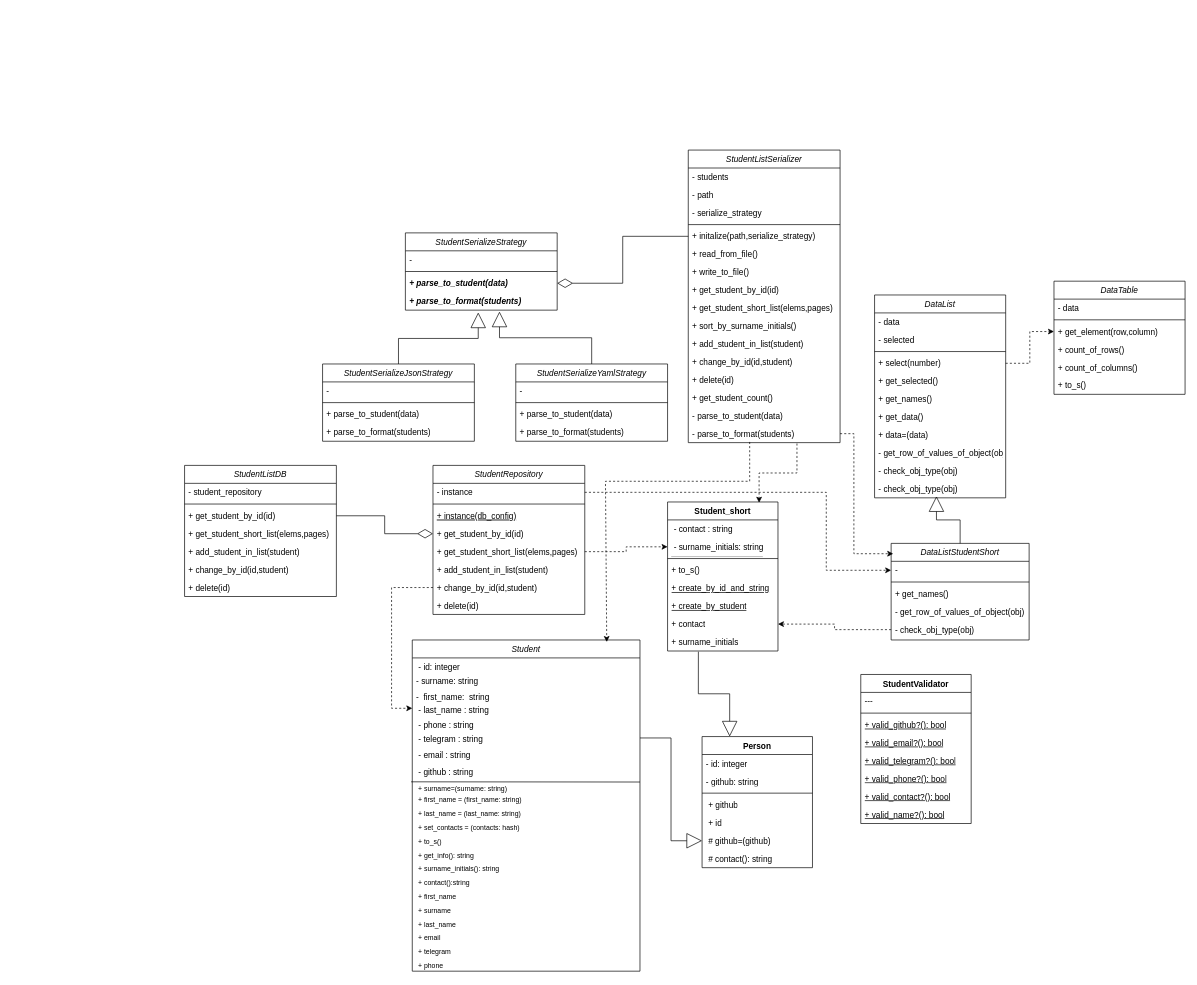
Heisenbq/Software-design-patterns keeps this draw.io diagram as drawio/all_classes_lab4.drawio. Above is the earlier version. Source tidied: cells renumbered, new cells numbered last; positions are measured from the earlier drawing's top-left corner, leaving out a move shared by most shapes. Both pictures are drawn from the tidied source at 69%, with x=0, y=0 at pixel (184, 150).
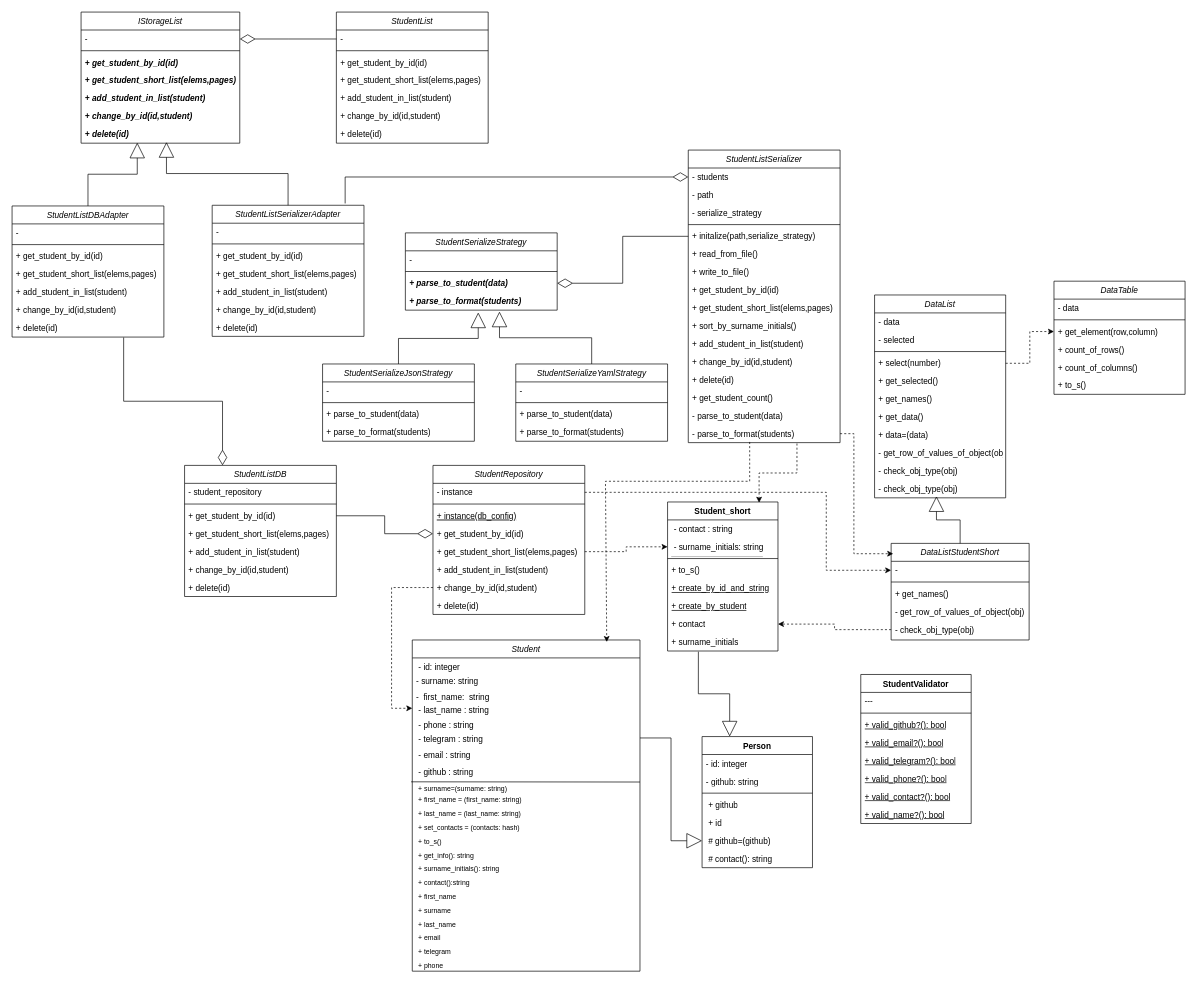
The same diagram, later.

Commit message (it also covers changes not shown here):
4.4 update diaggram classes

Unchanged cells that the change refers to:
```xml
<mxCell id="21" value="- students" style="text;align=left;verticalAlign=top;spacingLeft=4;spacingRight=4;overflow=hidden;points=[[0,0.5],[1,0.5]];portConstraint=eastwest;" parent="20" vertex="1">
  <mxGeometry y="26" width="220" height="26" as="geometry" />
</mxCell>
<mxCell id="52" value="StudentListDB" style="swimlane;fontStyle=2;align=center;verticalAlign=top;horizontal=1;startSize=26;rounded=0;shadow=0;strokeWidth=1;" parent="1" vertex="1">
  <mxGeometry y="457" width="220" height="190" as="geometry" />
</mxCell>
```

Change to the diagram source:
```diff
@@
+    <mxCell id="141" value="IStorageList" style="swimlane;fontStyle=2;align=center;verticalAlign=top;horizontal=1;startSize=26;rounded=0;shadow=0;strokeWidth=1;" parent="1" vertex="1">
+      <mxGeometry x="-150" y="-200" width="230" height="190" as="geometry" />
+    </mxCell>
+    <mxCell id="142" value="-" style="text;align=left;verticalAlign=top;spacingLeft=4;spacingRight=4;overflow=hidden;points=[[0,0.5],[1,0.5]];portConstraint=eastwest;fontStyle=0;" parent="141" vertex="1">
+      <mxGeometry y="26" width="230" height="26" as="geometry" />
+    </mxCell>
+    <mxCell id="143" style="line;html=1;strokeWidth=1;align=left;verticalAlign=middle;spacingTop=-1;spacingLeft=3;spacingRight=3;labelPosition=right;" parent="141" vertex="1">
+      <mxGeometry y="52" width="230" height="8" as="geometry" />
+    </mxCell>
+    <mxCell id="144" value="+ get_student_by_id(id)" style="text;align=left;verticalAlign=top;spacingLeft=4;spacingRight=4;overflow=hidden;fontStyle=3;" parent="141" vertex="1">
+      <mxGeometry y="60" width="230" height="26" as="geometry" />
+    </mxCell>
+    <mxCell id="145" value="+ get_student_short_list(elems,pages)" style="text;align=left;verticalAlign=top;spacingLeft=4;spacingRight=4;overflow=hidden;fontStyle=3;" parent="141" vertex="1">
+      <mxGeometry y="86" width="230" height="26" as="geometry" />
+    </mxCell>
+    <mxCell id="146" value="+ add_student_in_list(student)" style="text;align=left;verticalAlign=top;spacingLeft=4;spacingRight=4;overflow=hidden;fontStyle=3;" parent="141" vertex="1">
+      <mxGeometry y="112" width="230" height="26" as="geometry" />
+    </mxCell>
+    <mxCell id="147" value="+ change_by_id(id,student)" style="text;align=left;verticalAlign=top;spacingLeft=4;spacingRight=4;overflow=hidden;fontStyle=3;" parent="141" vertex="1">
+      <mxGeometry y="138" width="230" height="26" as="geometry" />
+    </mxCell>
+    <mxCell id="148" value="+ delete(id)" style="text;align=left;verticalAlign=top;spacingLeft=4;spacingRight=4;overflow=hidden;points=[[0,0.5],[1,0.5]];portConstraint=eastwest;fontStyle=3;" parent="141" vertex="1">
+      <mxGeometry y="164" width="230" height="26" as="geometry" />
+    </mxCell>
+    <mxCell id="149" value="StudentListDBAdapter" style="swimlane;fontStyle=2;align=center;verticalAlign=top;horizontal=1;startSize=26;rounded=0;shadow=0;strokeWidth=1;" parent="1" vertex="1">
+      <mxGeometry x="-250" y="81" width="220" height="190" as="geometry" />
+    </mxCell>
+    <mxCell id="150" value="-" style="text;align=left;verticalAlign=top;spacingLeft=4;spacingRight=4;overflow=hidden;fontStyle=0;" parent="149" vertex="1">
+      <mxGeometry y="26" width="220" height="26" as="geometry" />
+    </mxCell>
+    <mxCell id="151" style="line;html=1;strokeWidth=1;align=left;verticalAlign=middle;spacingTop=-1;spacingLeft=3;spacingRight=3;labelPosition=right;" parent="149" vertex="1">
+      <mxGeometry y="52" width="220" height="8" as="geometry" />
+    </mxCell>
+    <mxCell id="152" value="+ get_student_by_id(id)" style="text;align=left;verticalAlign=top;spacingLeft=4;spacingRight=4;overflow=hidden;" parent="149" vertex="1">
+      <mxGeometry y="60" width="220" height="26" as="geometry" />
+    </mxCell>
+    <mxCell id="153" value="+ get_student_short_list(elems,pages)" style="text;align=left;verticalAlign=top;spacingLeft=4;spacingRight=4;overflow=hidden;" parent="149" vertex="1">
+      <mxGeometry y="86" width="220" height="26" as="geometry" />
+    </mxCell>
+    <mxCell id="154" value="+ add_student_in_list(student)" style="text;align=left;verticalAlign=top;spacingLeft=4;spacingRight=4;overflow=hidden;" parent="149" vertex="1">
+      <mxGeometry y="112" width="220" height="26" as="geometry" />
+    </mxCell>
+    <mxCell id="155" value="+ change_by_id(id,student)" style="text;align=left;verticalAlign=top;spacingLeft=4;spacingRight=4;overflow=hidden;" parent="149" vertex="1">
+      <mxGeometry y="138" width="220" height="26" as="geometry" />
+    </mxCell>
+    <mxCell id="156" value="+ delete(id)" style="text;align=left;verticalAlign=top;spacingLeft=4;spacingRight=4;overflow=hidden;points=[[0,0.5],[1,0.5]];portConstraint=eastwest;" parent="149" vertex="1">
+      <mxGeometry y="164" width="220" height="26" as="geometry" />
+    </mxCell>
+    <mxCell id="157" value="StudentListSerializerAdapter" style="swimlane;fontStyle=2;align=center;verticalAlign=top;horizontal=1;startSize=26;rounded=0;shadow=0;strokeWidth=1;" parent="1" vertex="1">
+      <mxGeometry x="40" y="80" width="220" height="190" as="geometry" />
+    </mxCell>
+    <mxCell id="158" value="-" style="text;align=left;verticalAlign=top;spacingLeft=4;spacingRight=4;overflow=hidden;fontStyle=0;" parent="157" vertex="1">
+      <mxGeometry y="26" width="220" height="26" as="geometry" />
+    </mxCell>
+    <mxCell id="159" style="line;html=1;strokeWidth=1;align=left;verticalAlign=middle;spacingTop=-1;spacingLeft=3;spacingRight=3;labelPosition=right;" parent="157" vertex="1">
+      <mxGeometry y="52" width="220" height="8" as="geometry" />
+    </mxCell>
+    <mxCell id="160" value="+ get_student_by_id(id)" style="text;align=left;verticalAlign=top;spacingLeft=4;spacingRight=4;overflow=hidden;" parent="157" vertex="1">
+      <mxGeometry y="60" width="220" height="26" as="geometry" />
+    </mxCell>
+    <mxCell id="161" value="+ get_student_short_list(elems,pages)" style="text;align=left;verticalAlign=top;spacingLeft=4;spacingRight=4;overflow=hidden;" parent="157" vertex="1">
+      <mxGeometry y="86" width="220" height="26" as="geometry" />
+    </mxCell>
+    <mxCell id="162" value="+ add_student_in_list(student)" style="text;align=left;verticalAlign=top;spacingLeft=4;spacingRight=4;overflow=hidden;" parent="157" vertex="1">
+      <mxGeometry y="112" width="220" height="26" as="geometry" />
+    </mxCell>
+    <mxCell id="163" value="+ change_by_id(id,student)" style="text;align=left;verticalAlign=top;spacingLeft=4;spacingRight=4;overflow=hidden;" parent="157" vertex="1">
+      <mxGeometry y="138" width="220" height="26" as="geometry" />
+    </mxCell>
+    <mxCell id="164" value="+ delete(id)" style="text;align=left;verticalAlign=top;spacingLeft=4;spacingRight=4;overflow=hidden;" parent="157" vertex="1">
+      <mxGeometry y="164" width="220" height="26" as="geometry" />
+    </mxCell>
+    <mxCell id="165" style="endArrow=none;html=1;rounded=0;startArrow=block;startFill=0;entryX=0.5;entryY=0;entryDx=0;entryDy=0;edgeStyle=elbowEdgeStyle;elbow=vertical;exitX=0.354;exitY=0.972;exitDx=0;exitDy=0;exitPerimeter=0;endSize=7;startSize=20;" parent="1" edge="1" source="148" target="149">
+      <mxGeometry relative="1" as="geometry" />
+    </mxCell>
+    <mxCell id="166" style="endArrow=none;html=1;rounded=0;startArrow=block;startFill=0;entryX=0.5;entryY=0;entryDx=0;entryDy=0;edgeStyle=elbowEdgeStyle;elbow=vertical;exitX=0.538;exitY=0.939;exitDx=0;exitDy=0;exitPerimeter=0;endSize=7;startSize=20;" parent="1" edge="1" source="148" target="157">
+      <mxGeometry relative="1" as="geometry" />
+    </mxCell>
+    <mxCell id="167" value="StudentList" style="swimlane;fontStyle=2;align=center;verticalAlign=top;horizontal=1;startSize=26;rounded=0;shadow=0;strokeWidth=1;" parent="1" vertex="1">
+      <mxGeometry x="220" y="-200" width="220" height="190" as="geometry" />
+    </mxCell>
+    <mxCell id="168" value="-" style="text;align=left;verticalAlign=top;spacingLeft=4;spacingRight=4;overflow=hidden;points=[[0,0.5],[1,0.5]];portConstraint=eastwest;fontStyle=0;" parent="167" vertex="1">
+      <mxGeometry y="26" width="220" height="26" as="geometry" />
+    </mxCell>
+    <mxCell id="169" style="line;html=1;strokeWidth=1;align=left;verticalAlign=middle;spacingTop=-1;spacingLeft=3;spacingRight=3;labelPosition=right;" parent="167" vertex="1">
+      <mxGeometry y="52" width="220" height="8" as="geometry" />
+    </mxCell>
+    <mxCell id="170" value="+ get_student_by_id(id)" style="text;align=left;verticalAlign=top;spacingLeft=4;spacingRight=4;overflow=hidden;" parent="167" vertex="1">
+      <mxGeometry y="60" width="220" height="26" as="geometry" />
+    </mxCell>
+    <mxCell id="171" value="+ get_student_short_list(elems,pages)" style="text;align=left;verticalAlign=top;spacingLeft=4;spacingRight=4;overflow=hidden;" parent="167" vertex="1">
+      <mxGeometry y="86" width="220" height="26" as="geometry" />
+    </mxCell>
+    <mxCell id="172" value="+ add_student_in_list(student)" style="text;align=left;verticalAlign=top;spacingLeft=4;spacingRight=4;overflow=hidden;" parent="167" vertex="1">
+      <mxGeometry y="112" width="220" height="26" as="geometry" />
+    </mxCell>
+    <mxCell id="173" value="+ change_by_id(id,student)" style="text;align=left;verticalAlign=top;spacingLeft=4;spacingRight=4;overflow=hidden;" parent="167" vertex="1">
+      <mxGeometry y="138" width="220" height="26" as="geometry" />
+    </mxCell>
+    <mxCell id="174" value="+ delete(id)" style="text;align=left;verticalAlign=top;spacingLeft=4;spacingRight=4;overflow=hidden;" parent="167" vertex="1">
+      <mxGeometry y="164" width="220" height="26" as="geometry" />
+    </mxCell>
+    <mxCell id="175" style="endArrow=none;html=1;rounded=0;startArrow=diamondThin;startFill=0;entryX=0;entryY=0.5;entryDx=0;entryDy=0;edgeStyle=elbowEdgeStyle;exitX=1;exitY=0.5;exitDx=0;exitDy=0;endSize=7;startSize=20;" parent="1" edge="1" source="142" target="168">
+      <mxGeometry relative="1" as="geometry" />
+    </mxCell>
+    <mxCell id="176" style="endArrow=none;html=1;rounded=0;startArrow=diamondThin;startFill=0;entryX=0.876;entryY=-0.014;entryDx=0;entryDy=0;edgeStyle=elbowEdgeStyle;exitX=0;exitY=0.5;exitDx=0;exitDy=0;endSize=7;startSize=20;elbow=vertical;entryPerimeter=0;" parent="1" edge="1" source="21" target="157">
+      <mxGeometry relative="1" as="geometry">
+        <Array as="points">
+          <mxPoint x="470" y="39" />
+        </Array>
+      </mxGeometry>
+    </mxCell>
+    <mxCell id="177" style="endArrow=none;html=1;rounded=0;startArrow=diamondThin;startFill=0;entryX=0.735;entryY=1.024;entryDx=0;entryDy=0;edgeStyle=elbowEdgeStyle;exitX=0.25;exitY=0;exitDx=0;exitDy=0;endSize=7;startSize=20;entryPerimeter=0;elbow=vertical;" parent="1" edge="1" source="52" target="156">
+      <mxGeometry relative="1" as="geometry" />
+    </mxCell>
```
